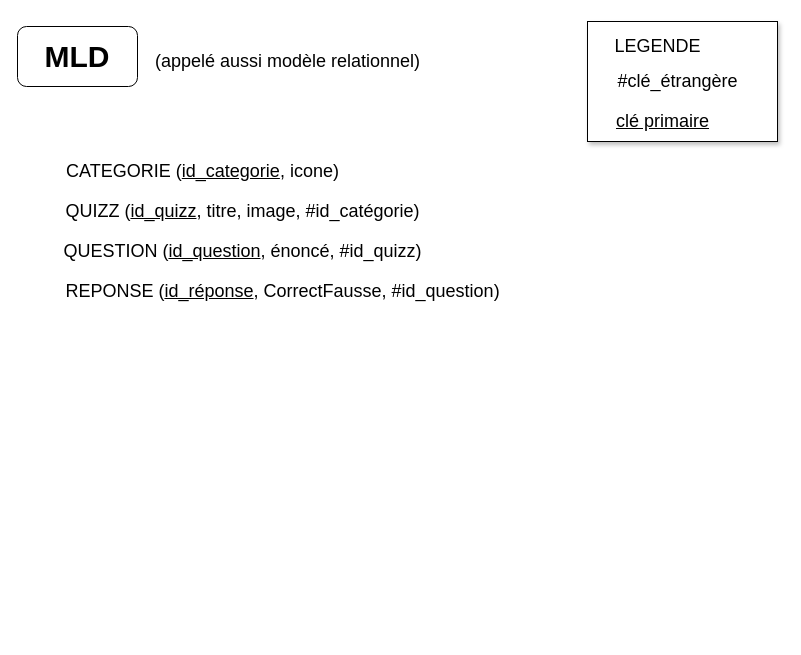
SabrinaMouginot/Merise keeps this draw.io diagram as page "MLD" (2 of 3) of MCD.drawio. Above is the earlier version. Source tidied: cells renumbered, new cells numbered last; positions are measured from the earlier drawing's top-left corner, leaving out a move shared by most shapes. Both pictures are drawn from the tidied source at 100%, with x=0, y=0 at pixel (17, 21).
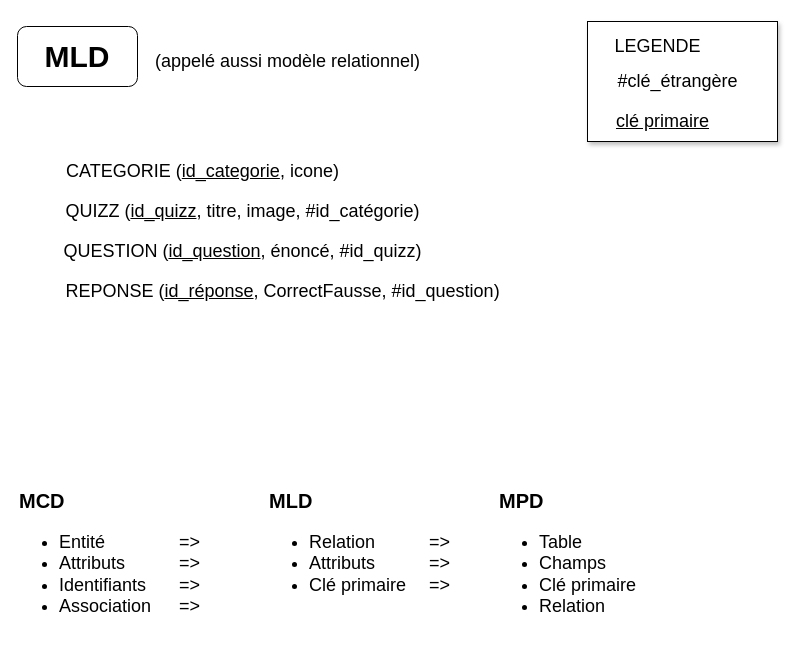
Above is the later version.

The edit, as a diff of the source:
```diff
@@
 <mxGraphModel>
   <root>
     <mxCell id="0" />
     <mxCell id="1" parent="0" />
     <mxCell id="2" value="&lt;font style=&quot;font-size: 30px&quot;&gt;&lt;b&gt;MLD&lt;/b&gt;&lt;/font&gt;" style="rounded=1;whiteSpace=wrap;html=1;" parent="1" vertex="1">
       <mxGeometry y="5" width="120" height="60" as="geometry" />
     </mxCell>
     <mxCell id="3" value="&lt;font style=&quot;font-size: 18px&quot;&gt;(appelé aussi modèle relationnel)&lt;/font&gt;" style="text;html=1;align=center;verticalAlign=middle;strokeColor=none;fillColor=none;fontSize=30;" parent="1" vertex="1">
       <mxGeometry x="130" y="10" width="280" height="50" as="geometry" />
     </mxCell>
     <mxCell id="4" value="CATEGORIE (&lt;u&gt;id_categorie&lt;/u&gt;, icone)" style="text;html=1;align=center;verticalAlign=middle;strokeColor=none;fillColor=none;fontSize=18;" parent="1" vertex="1">
       <mxGeometry x="40" y="135" width="290" height="30" as="geometry" />
     </mxCell>
     <mxCell id="5" value="QUIZZ (&lt;u&gt;id_quizz&lt;/u&gt;, titre, image, #id_catégorie)" style="text;html=1;align=center;verticalAlign=middle;strokeColor=none;fillColor=none;fontSize=18;" parent="1" vertex="1">
       <mxGeometry x="40" y="175" width="370" height="30" as="geometry" />
     </mxCell>
     <mxCell id="6" value="QUESTION (&lt;u&gt;id_question&lt;/u&gt;, énoncé, #id_quizz)" style="text;html=1;align=center;verticalAlign=middle;strokeColor=none;fillColor=none;fontSize=18;" parent="1" vertex="1">
       <mxGeometry x="40" y="215" width="370" height="30" as="geometry" />
     </mxCell>
     <mxCell id="7" value="REPONSE (&lt;u&gt;id_réponse&lt;/u&gt;, CorrectFausse, #id_question)" style="text;html=1;align=center;verticalAlign=middle;strokeColor=none;fillColor=none;fontSize=18;" parent="1" vertex="1">
       <mxGeometry x="40" y="255" width="450" height="30" as="geometry" />
     </mxCell>
     <mxCell id="8" style="whiteSpace=wrap;html=1;shadow=1;fontSize=18;" parent="1" vertex="1">
       <mxGeometry x="570" width="190" height="120" as="geometry" />
     </mxCell>
     <mxCell id="9" value="#clé_étrangère" style="text;html=1;align=center;verticalAlign=middle;strokeColor=none;fillColor=none;fontSize=18;" parent="1" vertex="1">
       <mxGeometry x="590" y="45" width="140" height="30" as="geometry" />
     </mxCell>
     <mxCell id="10" value="&lt;u&gt;clé primaire&lt;/u&gt;" style="text;html=1;align=center;verticalAlign=middle;strokeColor=none;fillColor=none;fontSize=18;" parent="1" vertex="1">
       <mxGeometry x="590" y="85" width="110" height="30" as="geometry" />
     </mxCell>
     <mxCell id="11" value="LEGENDE" style="text;html=1;align=center;verticalAlign=middle;strokeColor=none;fillColor=none;fontSize=18;" parent="1" vertex="1">
       <mxGeometry x="590" y="10" width="100" height="30" as="geometry" />
     </mxCell>
+    <mxCell id="12" value="&lt;div&gt;&lt;b&gt;&lt;font style=&quot;font-size: 20px&quot;&gt;MCD&lt;/font&gt;&lt;/b&gt;&lt;/div&gt;&lt;ul&gt;&lt;li&gt;Entité&lt;span style=&quot;white-space: pre&quot;&gt;&#9;&lt;span style=&quot;white-space: pre&quot;&gt;&#9;&lt;/span&gt;&lt;/span&gt;=&amp;gt;&lt;/li&gt;&lt;li&gt;Attributs&lt;span style=&quot;white-space: pre&quot;&gt;&#9;&lt;span style=&quot;white-space: pre&quot;&gt;&#9;&lt;/span&gt;&lt;/span&gt;=&amp;gt;&lt;span style=&quot;white-space: pre&quot;&gt;&#9;&lt;/span&gt;&lt;/li&gt;&lt;li&gt;Identifiants&lt;span style=&quot;white-space: pre&quot;&gt;&#9;&lt;/span&gt;=&amp;gt;&lt;/li&gt;&lt;li&gt;Association&lt;span style=&quot;white-space: pre&quot;&gt;&#9;&lt;/span&gt;=&amp;gt;&lt;/li&gt;&lt;/ul&gt;" style="text;html=1;align=left;verticalAlign=middle;strokeColor=none;fillColor=none;fontSize=18;" parent="1" vertex="1">
+      <mxGeometry y="466" width="220" height="150" as="geometry" />
+    </mxCell>
+    <mxCell id="13" value="&lt;div&gt;&lt;b&gt;&lt;font style=&quot;font-size: 20px&quot;&gt;MLD&lt;/font&gt;&lt;/b&gt;&lt;/div&gt;&lt;ul&gt;&lt;li&gt;Relation&lt;span style=&quot;white-space: pre&quot;&gt;&#9;&lt;span style=&quot;white-space: pre&quot;&gt;&#9;&lt;/span&gt;&lt;/span&gt;=&amp;gt;&lt;/li&gt;&lt;li&gt;Attributs&lt;span style=&quot;white-space: pre&quot;&gt;&#9;&lt;span style=&quot;white-space: pre&quot;&gt;&#9;&lt;/span&gt;&lt;/span&gt;=&amp;gt;&lt;span style=&quot;white-space: pre&quot;&gt;&#9;&lt;/span&gt;&lt;/li&gt;&lt;li&gt;Clé primaire&lt;span style=&quot;white-space: pre&quot;&gt;&#9;&lt;/span&gt;=&amp;gt;&lt;/li&gt;&lt;/ul&gt;&lt;span&gt;&lt;span style=&quot;white-space: pre&quot;&gt;&#9;&lt;/span&gt;&lt;/span&gt;" style="text;html=1;align=left;verticalAlign=middle;strokeColor=none;fillColor=none;fontSize=18;" parent="1" vertex="1">
+      <mxGeometry x="250" y="466" width="220" height="150" as="geometry" />
+    </mxCell>
+    <mxCell id="14" value="&lt;div&gt;&lt;b&gt;&lt;font style=&quot;font-size: 20px&quot;&gt;MPD&lt;/font&gt;&lt;/b&gt;&lt;/div&gt;&lt;ul&gt;&lt;li&gt;Table&lt;span style=&quot;white-space: pre&quot;&gt;&#9;&lt;span style=&quot;white-space: pre&quot;&gt;&#9;&lt;/span&gt;&lt;/span&gt;&lt;/li&gt;&lt;li&gt;Champs&lt;span style=&quot;white-space: pre&quot;&gt;&#9;&lt;span style=&quot;white-space: pre&quot;&gt;&#9;&lt;/span&gt;&lt;/span&gt;&lt;span style=&quot;white-space: pre&quot;&gt;&#9;&lt;/span&gt;&lt;/li&gt;&lt;li&gt;Clé primaire&lt;span style=&quot;white-space: pre&quot;&gt;&#9;&lt;/span&gt;&lt;/li&gt;&lt;li&gt;Relation&lt;span style=&quot;white-space: pre&quot;&gt;&#9;&lt;span style=&quot;white-space: pre&quot;&gt;&#9;&lt;/span&gt;&lt;/span&gt;&lt;/li&gt;&lt;/ul&gt;" style="text;html=1;align=left;verticalAlign=middle;strokeColor=none;fillColor=none;fontSize=18;" parent="1" vertex="1">
+      <mxGeometry x="480" y="466" width="220" height="150" as="geometry" />
+    </mxCell>
   </root>
 </mxGraphModel>
```
